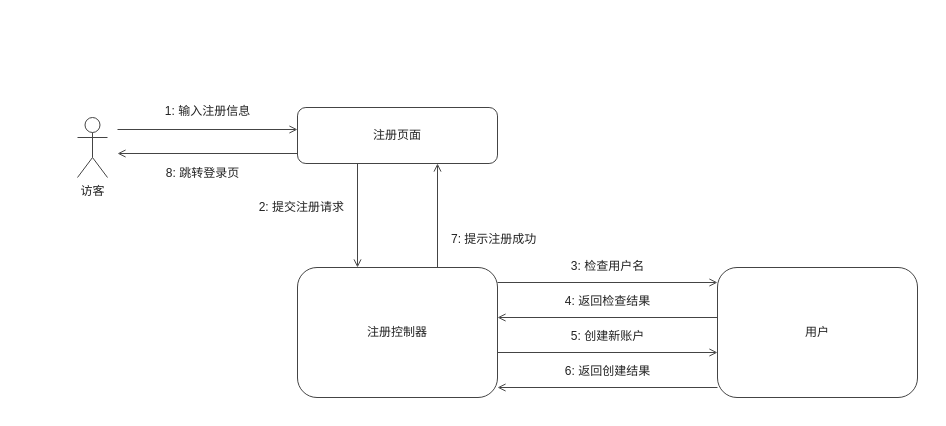
Earlier version of the draw.io diagram docs/交付/1-账户管理-钟标/images/用户注册_协作图.drawio (chennuo1101/electronic-photo-album-system1). Source tidied: cells renumbered, new cells numbered last; positions are measured from the earlier drawing's top-left corner, leaving out a move shared by most shapes. Both pictures are drawn from the tidied source at 100%, with x=0, y=0 at pixel (65, 89).
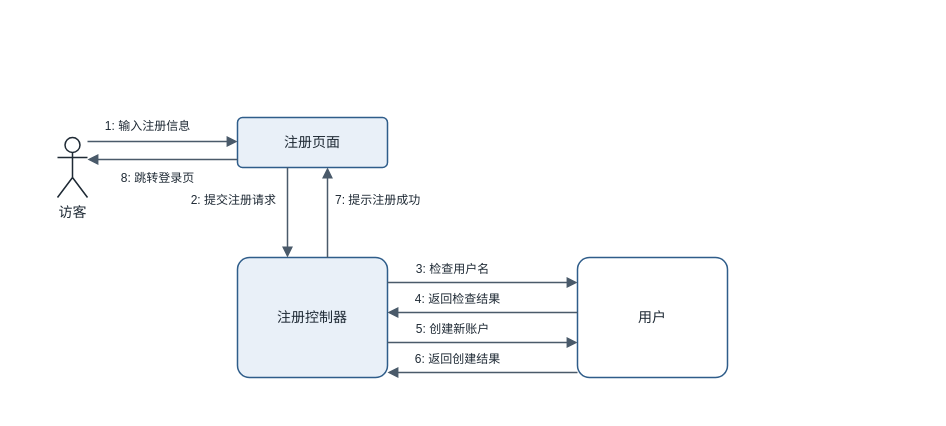
Above is the later version.

The edit, as a diff of the source:
```diff
@@
     <mxCell id="2" style="rounded=0;whiteSpace=wrap;html=1;fillColor=#FFFFFF;strokeColor=none;" parent="1" vertex="1">
-      <mxGeometry width="864" height="320" as="geometry" />
+      <mxGeometry x="-48" y="-72" width="734" height="384" as="geometry" />
     </mxCell>
-    <mxCell id="3" value="访客" style="shape=umlActor;verticalLabelPosition=bottom;verticalAlign=top;html=1;fillColor=#FFFFFF;strokeColor=#444444;fontFamily=Microsoft YaHei;fontSize=12;fontColor=#222222;" parent="1" vertex="1">
-      <mxGeometry x="12" y="28" width="30" height="60" as="geometry" />
+    <mxCell id="3" value="访客" style="shape=umlActor;verticalLabelPosition=bottom;verticalAlign=top;html=1;fillColor=#FFFFFF;strokeColor=#1F2A35;strokeWidth=1.5;fontFamily=Microsoft YaHei;fontSize=14;fontColor=#1F2A35;" parent="1" vertex="1">
+      <mxGeometry x="-8" y="48" width="30" height="60" as="geometry" />
     </mxCell>
-    <mxCell id="4" value="注册页面" style="rounded=1;whiteSpace=wrap;html=1;fillColor=#FFFFFF;strokeColor=#444444;fontFamily=Microsoft YaHei;fontSize=12;fontColor=#222222;" parent="1" vertex="1">
-      <mxGeometry x="232" y="18" width="200" height="56" as="geometry" />
+    <mxCell id="4" value="注册页面" style="rounded=1;arcSize=10;whiteSpace=wrap;html=1;fillColor=#E9F0F8;strokeColor=#2F5D8A;strokeWidth=1.5;fontFamily=Microsoft YaHei;fontSize=14;fontColor=#1F2A35;" parent="1" vertex="1">
+      <mxGeometry x="172" y="28" width="150" height="50" as="geometry" />
     </mxCell>
-    <mxCell id="5" value="注册控制器" style="rounded=1;whiteSpace=wrap;html=1;fillColor=#FFFFFF;strokeColor=#444444;fontFamily=Microsoft YaHei;fontSize=12;fontColor=#222222;" parent="1" vertex="1">
-      <mxGeometry x="232" y="178" width="200" height="130" as="geometry" />
+    <mxCell id="5" value="注册控制器" style="rounded=1;arcSize=10;whiteSpace=wrap;html=1;fillColor=#E9F0F8;strokeColor=#2F5D8A;strokeWidth=1.5;fontFamily=Microsoft YaHei;fontSize=14;fontColor=#1F2A35;" parent="1" vertex="1">
+      <mxGeometry x="172" y="168" width="150" height="120" as="geometry" />
     </mxCell>
-    <mxCell id="6" value="用户" style="rounded=1;whiteSpace=wrap;html=1;fillColor=#FFFFFF;strokeColor=#444444;fontFamily=Microsoft YaHei;fontSize=12;fontColor=#222222;" parent="1" vertex="1">
-      <mxGeometry x="652" y="178" width="200" height="130" as="geometry" />
+    <mxCell id="6" value="用户" style="rounded=1;arcSize=10;whiteSpace=wrap;html=1;fillColor=#FFFFFF;strokeColor=#2F5D8A;strokeWidth=1.5;fontFamily=Microsoft YaHei;fontSize=14;fontColor=#1F2A35;" parent="1" vertex="1">
+      <mxGeometry x="512" y="168" width="150" height="120" as="geometry" />
     </mxCell>
-    <mxCell id="7" style="html=1;rounded=0;strokeColor=#444444;strokeWidth=1;startArrow=none;endArrow=open;endFill=0;" parent="1" edge="1">
+    <mxCell id="7" style="html=1;rounded=0;strokeColor=#4A5A6A;strokeWidth=1.5;startArrow=none;endArrow=block;endFill=1;endSize=7;" parent="1" edge="1">
       <mxGeometry relative="1" as="geometry">
-        <mxPoint x="52" y="40" as="sourcePoint" />
-        <mxPoint x="232" y="40" as="targetPoint" />
+        <mxPoint x="22" y="52" as="sourcePoint" />
+        <mxPoint x="172" y="52" as="targetPoint" />
       </mxGeometry>
     </mxCell>
-    <mxCell id="8" value="1: 输入注册信息" style="text;html=1;align=center;verticalAlign=middle;fillColor=none;strokeColor=none;fontFamily=Microsoft YaHei;fontSize=12;fontColor=#222222;" parent="1" vertex="1">
-      <mxGeometry x="52" y="12" width="180" height="20" as="geometry" />
+    <mxCell id="8" value="1: 输入注册信息" style="text;html=1;align=center;verticalAlign=middle;fillColor=none;strokeColor=none;fontFamily=Microsoft YaHei;fontSize=12;fontColor=#1F2A35;" parent="1" vertex="1">
+      <mxGeometry x="12" y="28" width="140" height="18" as="geometry" />
     </mxCell>
-    <mxCell id="9" style="html=1;rounded=0;strokeColor=#444444;strokeWidth=1;startArrow=none;endArrow=open;endFill=0;" parent="1" edge="1">
+    <mxCell id="9" style="html=1;rounded=0;strokeColor=#4A5A6A;strokeWidth=1.5;startArrow=none;endArrow=block;endFill=1;endSize=7;" parent="1" edge="1">
       <mxGeometry relative="1" as="geometry">
-        <mxPoint x="232" y="64" as="sourcePoint" />
-        <mxPoint x="52" y="64" as="targetPoint" />
+        <mxPoint x="172" y="70" as="sourcePoint" />
+        <mxPoint x="22" y="70" as="targetPoint" />
       </mxGeometry>
     </mxCell>
-    <mxCell id="10" value="8: 跳转登录页" style="text;html=1;align=center;verticalAlign=middle;fillColor=none;strokeColor=none;fontFamily=Microsoft YaHei;fontSize=12;fontColor=#222222;" parent="1" vertex="1">
-      <mxGeometry x="52" y="74" width="170" height="20" as="geometry" />
+    <mxCell id="10" value="8: 跳转登录页" style="text;html=1;align=center;verticalAlign=middle;fillColor=none;strokeColor=none;fontFamily=Microsoft YaHei;fontSize=12;fontColor=#1F2A35;" parent="1" vertex="1">
+      <mxGeometry x="12" y="80" width="160" height="18" as="geometry" />
     </mxCell>
-    <mxCell id="11" style="html=1;rounded=0;strokeColor=#444444;strokeWidth=1;startArrow=none;endArrow=open;endFill=0;" parent="1" edge="1">
+    <mxCell id="11" style="html=1;rounded=0;strokeColor=#4A5A6A;strokeWidth=1.5;startArrow=none;endArrow=block;endFill=1;endSize=7;" parent="1" edge="1">
       <mxGeometry relative="1" as="geometry">
-        <mxPoint x="292" y="74" as="sourcePoint" />
-        <mxPoint x="292" y="178" as="targetPoint" />
+        <mxPoint x="222" y="78" as="sourcePoint" />
+        <mxPoint x="222" y="168" as="targetPoint" />
       </mxGeometry>
     </mxCell>
-    <mxCell id="12" value="2: 提交注册请求" style="text;html=1;align=right;verticalAlign=middle;fillColor=none;strokeColor=none;fontFamily=Microsoft YaHei;fontSize=12;fontColor=#222222;" parent="1" vertex="1">
-      <mxGeometry x="140" y="108" width="140" height="20" as="geometry" />
+    <mxCell id="12" value="2: 提交注册请求" style="text;html=1;align=right;verticalAlign=middle;fillColor=none;strokeColor=none;fontFamily=Microsoft YaHei;fontSize=12;fontColor=#1F2A35;" parent="1" vertex="1">
+      <mxGeometry x="102" y="102" width="110" height="18" as="geometry" />
     </mxCell>
-    <mxCell id="13" style="html=1;rounded=0;strokeColor=#444444;strokeWidth=1;startArrow=none;endArrow=open;endFill=0;" parent="1" edge="1">
+    <mxCell id="13" style="html=1;rounded=0;strokeColor=#4A5A6A;strokeWidth=1.5;startArrow=none;endArrow=block;endFill=1;endSize=7;" parent="1" edge="1">
       <mxGeometry relative="1" as="geometry">
-        <mxPoint x="372" y="178" as="sourcePoint" />
-        <mxPoint x="372" y="74" as="targetPoint" />
+        <mxPoint x="262" y="168" as="sourcePoint" />
+        <mxPoint x="262" y="78" as="targetPoint" />
       </mxGeometry>
     </mxCell>
-    <mxCell id="14" value="7: 提示注册成功" style="text;html=1;align=left;verticalAlign=middle;fillColor=none;strokeColor=none;fontFamily=Microsoft YaHei;fontSize=12;fontColor=#222222;" parent="1" vertex="1">
-      <mxGeometry x="384" y="140" width="140" height="20" as="geometry" />
+    <mxCell id="14" value="7: 提示注册成功" style="text;html=1;align=left;verticalAlign=middle;fillColor=none;strokeColor=none;fontFamily=Microsoft YaHei;fontSize=12;fontColor=#1F2A35;" parent="1" vertex="1">
+      <mxGeometry x="268" y="102" width="110" height="18" as="geometry" />
     </mxCell>
-    <mxCell id="15" style="html=1;rounded=0;strokeColor=#444444;strokeWidth=1;startArrow=none;endArrow=open;endFill=0;" parent="1" edge="1">
+    <mxCell id="15" style="html=1;rounded=0;strokeColor=#4A5A6A;strokeWidth=1.5;startArrow=none;endArrow=block;endFill=1;endSize=7;" parent="1" edge="1">
       <mxGeometry relative="1" as="geometry">
-        <mxPoint x="432" y="193" as="sourcePoint" />
-        <mxPoint x="652" y="193" as="targetPoint" />
+        <mxPoint x="322" y="193" as="sourcePoint" />
+        <mxPoint x="512" y="193" as="targetPoint" />
       </mxGeometry>
     </mxCell>
-    <mxCell id="16" value="3: 检查用户名" style="text;html=1;align=center;verticalAlign=middle;fillColor=none;strokeColor=none;fontFamily=Microsoft YaHei;fontSize=12;fontColor=#222222;" parent="1" vertex="1">
-      <mxGeometry x="492" y="167" width="100" height="20" as="geometry" />
+    <mxCell id="16" value="3: 检查用户名" style="text;html=1;align=center;verticalAlign=middle;fillColor=none;strokeColor=none;fontFamily=Microsoft YaHei;fontSize=12;fontColor=#1F2A35;" parent="1" vertex="1">
+      <mxGeometry x="332" y="171" width="110" height="18" as="geometry" />
     </mxCell>
-    <mxCell id="17" style="html=1;rounded=0;strokeColor=#444444;strokeWidth=1;startArrow=none;endArrow=open;endFill=0;" parent="1" edge="1">
-      <mxGeometry relative="1" as="geometry">
-        <mxPoint x="432" y="263" as="sourcePoint" />
-        <mxPoint x="652" y="263" as="targetPoint" />
-      </mxGeometry>
-    </mxCell>
-    <mxCell id="18" value="5: 创建新账户" style="text;html=1;align=center;verticalAlign=middle;fillColor=none;strokeColor=none;fontFamily=Microsoft YaHei;fontSize=12;fontColor=#222222;" parent="1" vertex="1">
-      <mxGeometry x="492" y="237" width="100" height="20" as="geometry" />
-    </mxCell>
-    <mxCell id="19" style="html=1;rounded=0;strokeColor=#444444;strokeWidth=1;startArrow=none;endArrow=open;endFill=0;" parent="1" edge="1">
+    <mxCell id="19" style="html=1;rounded=0;strokeColor=#4A5A6A;strokeWidth=1.5;startArrow=none;endArrow=block;endFill=1;endSize=7;" parent="1" edge="1">
       <mxGeometry relative="1" as="geometry">
-        <mxPoint x="652" y="228" as="sourcePoint" />
-        <mxPoint x="432" y="228" as="targetPoint" />
+        <mxPoint x="512" y="223" as="sourcePoint" />
+        <mxPoint x="322" y="223" as="targetPoint" />
       </mxGeometry>
     </mxCell>
-    <mxCell id="20" value="4: 返回检查结果" style="text;html=1;align=center;verticalAlign=middle;fillColor=none;strokeColor=none;fontFamily=Microsoft YaHei;fontSize=12;fontColor=#222222;" parent="1" vertex="1">
-      <mxGeometry x="482" y="202" width="120" height="20" as="geometry" />
+    <mxCell id="20" value="4: 返回检查结果" style="text;html=1;align=center;verticalAlign=middle;fillColor=none;strokeColor=none;fontFamily=Microsoft YaHei;fontSize=12;fontColor=#1F2A35;" parent="1" vertex="1">
+      <mxGeometry x="332" y="201" width="120" height="18" as="geometry" />
     </mxCell>
+    <mxCell id="23" style="html=1;rounded=0;strokeColor=#4A5A6A;strokeWidth=1.5;startArrow=none;endArrow=block;endFill=1;endSize=7;" parent="1" edge="1">
+      <mxGeometry relative="1" as="geometry">
+        <mxPoint x="322" y="253" as="sourcePoint" />
+        <mxPoint x="512" y="253" as="targetPoint" />
+      </mxGeometry>
+    </mxCell>
+    <mxCell id="18" value="5: 创建新账户" style="text;html=1;align=center;verticalAlign=middle;fillColor=none;strokeColor=none;fontFamily=Microsoft YaHei;fontSize=12;fontColor=#1F2A35;" parent="1" vertex="1">
+      <mxGeometry x="332" y="231" width="110" height="18" as="geometry" />
+    </mxCell>
-    <mxCell id="21" style="html=1;rounded=0;strokeColor=#444444;strokeWidth=1;startArrow=none;endArrow=open;endFill=0;" parent="1" edge="1">
+    <mxCell id="21" style="html=1;rounded=0;strokeColor=#4A5A6A;strokeWidth=1.5;startArrow=none;endArrow=block;endFill=1;endSize=7;" parent="1" edge="1">
       <mxGeometry relative="1" as="geometry">
-        <mxPoint x="652" y="298" as="sourcePoint" />
-        <mxPoint x="432" y="298" as="targetPoint" />
+        <mxPoint x="512" y="283" as="sourcePoint" />
+        <mxPoint x="322" y="283" as="targetPoint" />
       </mxGeometry>
     </mxCell>
-    <mxCell id="22" value="6: 返回创建结果" style="text;html=1;align=center;verticalAlign=middle;fillColor=none;strokeColor=none;fontFamily=Microsoft YaHei;fontSize=12;fontColor=#222222;" parent="1" vertex="1">
-      <mxGeometry x="482" y="272" width="120" height="20" as="geometry" />
+    <mxCell id="22" value="6: 返回创建结果" style="text;html=1;align=center;verticalAlign=middle;fillColor=none;strokeColor=none;fontFamily=Microsoft YaHei;fontSize=12;fontColor=#1F2A35;" parent="1" vertex="1">
+      <mxGeometry x="332" y="261" width="120" height="18" as="geometry" />
     </mxCell>
```
